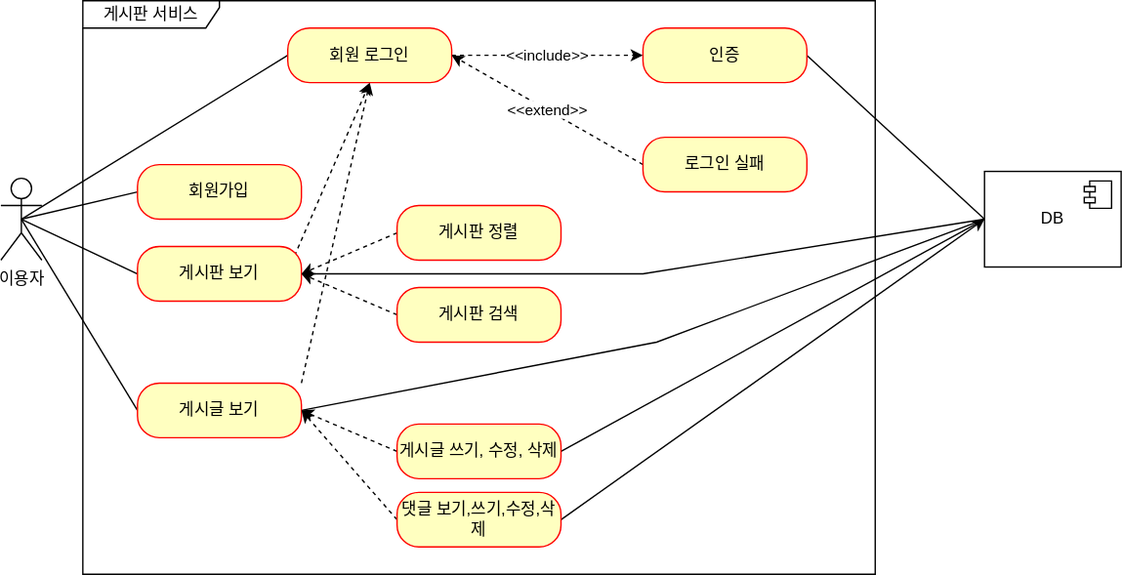
Above: document/use-case.svg in jsh9057/board-project (draw.io), before the change. Source tidied: cells renumbered, new cells last; positions are measured from the earlier drawing's top-left corner, leaving out a move shared by most shapes.
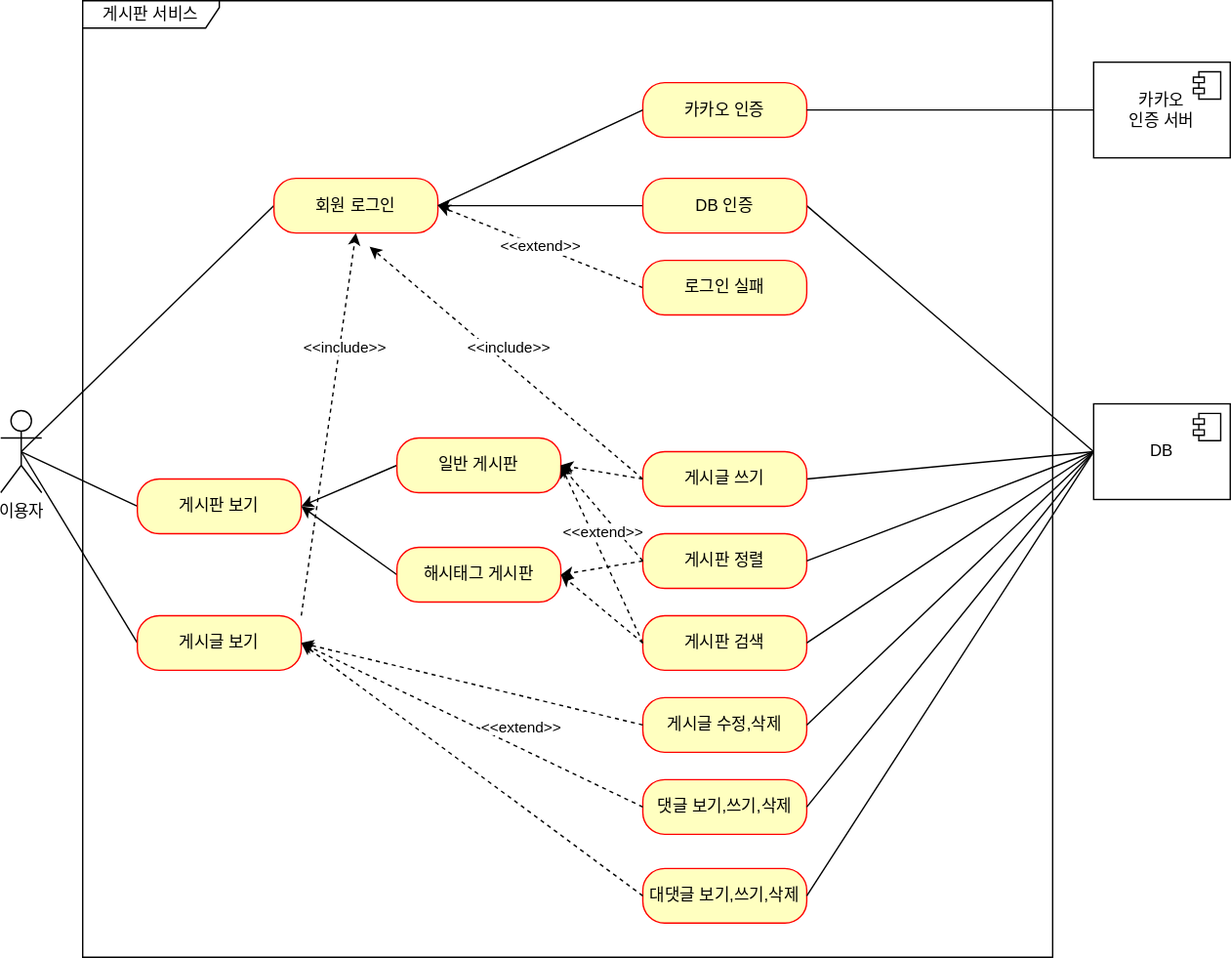
Later version of the same file.

Commit message:
#48 - use-case.svg 카카오 인증 유즈 케이스 추가 (대댓글 미리 표현하였음)

What changed in the source:
```diff
@@ -6,27 +6,11 @@
       <mxGeometry y="130" width="30" height="60" as="geometry" />
     </mxCell>
     <mxCell id="3" value="게시판 서비스" style="shape=umlFrame;whiteSpace=wrap;html=1;width=100;height=20;" parent="1" vertex="1">
-      <mxGeometry x="60" width="580" height="420" as="geometry" />
+      <mxGeometry x="60" y="-170" width="710" height="700" as="geometry" />
     </mxCell>
-    <mxCell id="4" style="rounded=0;jettySize=auto;html=1;exitX=0;exitY=0.5;exitDx=0;exitDy=0;entryX=0.5;entryY=0.5;entryDx=0;entryDy=0;entryPerimeter=0;endArrow=none;endFill=0;" parent="1" edge="1" source="5" target="2">
-      <mxGeometry relative="1" as="geometry" />
-    </mxCell>
-    <mxCell id="5" value="회원가입" style="rounded=1;whiteSpace=wrap;html=1;arcSize=40;fontColor=#000000;fillColor=#ffffc0;strokeColor=#ff0000;" parent="1" vertex="1">
-      <mxGeometry x="100" y="120" width="120" height="40" as="geometry" />
-    </mxCell>
     <mxCell id="6" style="rounded=0;jettySize=auto;html=1;exitX=0;exitY=0.5;exitDx=0;exitDy=0;strokeColor=default;endArrow=none;endFill=0;entryX=0.5;entryY=0.5;entryDx=0;entryDy=0;entryPerimeter=0;" parent="1" edge="1" source="9" target="2">
       <mxGeometry relative="1" as="geometry" />
     </mxCell>
-    <mxCell id="7" style="rounded=0;jettySize=auto;html=1;exitX=0.958;exitY=0.171;exitDx=0;exitDy=0;entryX=0.5;entryY=1;entryDx=0;entryDy=0;dashed=1;exitPerimeter=0;" parent="1" edge="1" source="9" target="16">
-      <mxGeometry relative="1" as="geometry" />
-    </mxCell>
-    <mxCell id="8" style="rounded=0;jettySize=auto;html=1;exitX=1;exitY=0.5;exitDx=0;exitDy=0;entryX=0;entryY=0.5;entryDx=0;entryDy=0;endArrow=none;endFill=0;" parent="1" edge="1" source="9" target="31">
-      <mxGeometry relative="1" as="geometry">
-        <Array as="points">
-          <mxPoint x="470" y="200" />
-        </Array>
-      </mxGeometry>
-    </mxCell>
     <mxCell id="9" value="게시판 보기" style="rounded=1;whiteSpace=wrap;html=1;arcSize=40;fontColor=#000000;fillColor=#ffffc0;strokeColor=#ff0000;" parent="1" vertex="1">
       <mxGeometry x="100" y="180" width="120" height="40" as="geometry" />
     </mxCell>
@@ -36,76 +20,145 @@
     <mxCell id="11" style="rounded=0;jettySize=auto;html=1;exitX=1;exitY=0;exitDx=0;exitDy=0;dashed=1;entryX=0.5;entryY=1;entryDx=0;entryDy=0;" parent="1" edge="1" source="13" target="16">
       <mxGeometry relative="1" as="geometry" />
     </mxCell>
-    <mxCell id="12" style="rounded=0;jettySize=auto;html=1;exitX=1;exitY=0.5;exitDx=0;exitDy=0;entryX=0;entryY=0.5;entryDx=0;entryDy=0;endArrow=none;endFill=0;" parent="1" edge="1" source="13" target="31">
-      <mxGeometry relative="1" as="geometry">
-        <Array as="points">
-          <mxPoint x="480" y="250" />
-        </Array>
-      </mxGeometry>
-    </mxCell>
     <mxCell id="13" value="게시글 보기" style="rounded=1;whiteSpace=wrap;html=1;arcSize=40;fontColor=#000000;fillColor=#ffffc0;strokeColor=#ff0000;" parent="1" vertex="1">
       <mxGeometry x="100" y="280" width="120" height="40" as="geometry" />
     </mxCell>
     <mxCell id="14" style="rounded=0;jettySize=auto;html=1;exitX=0;exitY=0.5;exitDx=0;exitDy=0;entryX=0.5;entryY=0.5;entryDx=0;entryDy=0;entryPerimeter=0;endArrow=none;endFill=0;" parent="1" edge="1" source="16" target="2">
       <mxGeometry relative="1" as="geometry" />
     </mxCell>
-    <mxCell id="15" value="&amp;lt;&amp;lt;include&amp;gt;&amp;gt;" style="rounded=0;jettySize=auto;html=1;exitX=1;exitY=0.5;exitDx=0;exitDy=0;entryX=0;entryY=0.5;entryDx=0;entryDy=0;endArrow=classic;endFill=1;dashed=1;" parent="1" edge="1" source="16" target="18">
+    <mxCell id="15" style="rounded=0;jettySize=auto;html=1;exitX=1;exitY=0.5;exitDx=0;exitDy=0;entryX=0;entryY=0.5;entryDx=0;entryDy=0;endArrow=none;endFill=0;startArrow=classic;startFill=1;" parent="1" edge="1" source="16" target="18">
       <mxGeometry relative="1" as="geometry" />
     </mxCell>
     <mxCell id="16" value="회원 로그인" style="rounded=1;whiteSpace=wrap;html=1;arcSize=40;fontColor=#000000;fillColor=#ffffc0;strokeColor=#ff0000;" parent="1" vertex="1">
-      <mxGeometry x="210" y="20" width="120" height="40" as="geometry" />
+      <mxGeometry x="200" y="-40" width="120" height="40" as="geometry" />
     </mxCell>
     <mxCell id="17" style="rounded=0;jettySize=auto;html=1;exitX=1;exitY=0.5;exitDx=0;exitDy=0;entryX=0;entryY=0.5;entryDx=0;entryDy=0;endArrow=none;endFill=0;" parent="1" edge="1" source="18" target="31">
       <mxGeometry relative="1" as="geometry" />
     </mxCell>
-    <mxCell id="18" value="인증" style="rounded=1;whiteSpace=wrap;html=1;arcSize=40;fontColor=#000000;fillColor=#ffffc0;strokeColor=#ff0000;" parent="1" vertex="1">
-      <mxGeometry x="470" y="20" width="120" height="40" as="geometry" />
+    <mxCell id="18" value="DB 인증" style="rounded=1;whiteSpace=wrap;html=1;arcSize=40;fontColor=#000000;fillColor=#ffffc0;strokeColor=#ff0000;" parent="1" vertex="1">
+      <mxGeometry x="470" y="-40" width="120" height="40" as="geometry" />
     </mxCell>
     <mxCell id="19" value="&amp;lt;&amp;lt;extend&amp;gt;&amp;gt;" style="rounded=0;jettySize=auto;html=1;exitX=0;exitY=0.5;exitDx=0;exitDy=0;entryX=1;entryY=0.5;entryDx=0;entryDy=0;endArrow=classic;endFill=1;dashed=1;" parent="1" edge="1" source="20" target="16">
       <mxGeometry relative="1" as="geometry" />
     </mxCell>
     <mxCell id="20" value="로그인 실패" style="rounded=1;whiteSpace=wrap;html=1;arcSize=40;fontColor=#000000;fillColor=#ffffc0;strokeColor=#ff0000;" parent="1" vertex="1">
-      <mxGeometry x="470" y="100" width="120" height="40" as="geometry" />
+      <mxGeometry x="470" y="20" width="120" height="40" as="geometry" />
     </mxCell>
-    <mxCell id="21" style="rounded=0;jettySize=auto;html=1;exitX=0;exitY=0.5;exitDx=0;exitDy=0;dashed=1;entryX=1;entryY=0.5;entryDx=0;entryDy=0;" parent="1" edge="1" source="22" target="9">
+    <mxCell id="21" style="rounded=0;jettySize=auto;html=1;exitX=0;exitY=0.5;exitDx=0;exitDy=0;entryX=1;entryY=0.5;entryDx=0;entryDy=0;" parent="1" edge="1" source="22" target="9">
       <mxGeometry relative="1" as="geometry" />
     </mxCell>
-    <mxCell id="22" value="게시판 정렬" style="rounded=1;whiteSpace=wrap;html=1;arcSize=40;fontColor=#000000;fillColor=#ffffc0;strokeColor=#ff0000;" parent="1" vertex="1">
+    <mxCell id="22" value="일반 게시판" style="rounded=1;whiteSpace=wrap;html=1;arcSize=40;fontColor=#000000;fillColor=#ffffc0;strokeColor=#ff0000;" parent="1" vertex="1">
       <mxGeometry x="290" y="150" width="120" height="40" as="geometry" />
     </mxCell>
-    <mxCell id="23" style="rounded=0;jettySize=auto;html=1;exitX=0;exitY=0.5;exitDx=0;exitDy=0;entryX=1;entryY=0.5;entryDx=0;entryDy=0;startArrow=none;startFill=0;dashed=1;" parent="1" edge="1" source="24" target="9">
+    <mxCell id="23" style="rounded=0;jettySize=auto;html=1;exitX=0;exitY=0.5;exitDx=0;exitDy=0;entryX=1;entryY=0.5;entryDx=0;entryDy=0;startArrow=none;startFill=0;" parent="1" edge="1" source="24" target="9">
       <mxGeometry relative="1" as="geometry" />
     </mxCell>
-    <mxCell id="24" value="게시판 검색" style="rounded=1;whiteSpace=wrap;html=1;arcSize=40;fontColor=#000000;fillColor=#ffffc0;strokeColor=#ff0000;" parent="1" vertex="1">
-      <mxGeometry x="290" y="210" width="120" height="40" as="geometry" />
+    <mxCell id="24" value="해시태그 게시판" style="rounded=1;whiteSpace=wrap;html=1;arcSize=40;fontColor=#000000;fillColor=#ffffc0;strokeColor=#ff0000;" parent="1" vertex="1">
+      <mxGeometry x="290" y="230" width="120" height="40" as="geometry" />
     </mxCell>
-    <mxCell id="25" style="rounded=0;jettySize=auto;html=1;exitX=0;exitY=0.5;exitDx=0;exitDy=0;entryX=1;entryY=0.5;entryDx=0;entryDy=0;dashed=1;" parent="1" edge="1" source="27" target="13">
+    <mxCell id="25" style="rounded=0;jettySize=auto;html=1;exitX=0;exitY=0.5;exitDx=0;exitDy=0;entryX=1;entryY=0.5;entryDx=0;entryDy=0;dashed=1;" parent="1" edge="1" source="27" target="22">
       <mxGeometry relative="1" as="geometry" />
     </mxCell>
     <mxCell id="26" style="rounded=0;jettySize=auto;html=1;exitX=1;exitY=0.5;exitDx=0;exitDy=0;entryX=0;entryY=0.5;entryDx=0;entryDy=0;strokeColor=default;endArrow=none;endFill=0;" parent="1" edge="1" source="27" target="31">
       <mxGeometry relative="1" as="geometry" />
     </mxCell>
-    <mxCell id="27" value="게시글 쓰기, 수정, 삭제" style="rounded=1;whiteSpace=wrap;html=1;arcSize=40;fontColor=#000000;fillColor=#ffffc0;strokeColor=#ff0000;" parent="1" vertex="1">
-      <mxGeometry x="290" y="310" width="120" height="40" as="geometry" />
+    <mxCell id="27" value="게시글 쓰기" style="rounded=1;whiteSpace=wrap;html=1;arcSize=40;fontColor=#000000;fillColor=#ffffc0;strokeColor=#ff0000;" parent="1" vertex="1">
+      <mxGeometry x="470" y="160" width="120" height="40" as="geometry" />
     </mxCell>
-    <mxCell id="28" style="rounded=0;jettySize=auto;html=1;exitX=0;exitY=0.5;exitDx=0;exitDy=0;dashed=1;" parent="1" edge="1" source="30">
-      <mxGeometry relative="1" as="geometry">
-        <mxPoint x="220" y="300" as="targetPoint" />
-      </mxGeometry>
-    </mxCell>
-    <mxCell id="29" style="rounded=0;jettySize=auto;html=1;exitX=1;exitY=0.5;exitDx=0;exitDy=0;entryX=0;entryY=0.5;entryDx=0;entryDy=0;endArrow=classic;endFill=1;" parent="1" edge="1" source="30" target="31">
-      <mxGeometry relative="1" as="geometry" />
-    </mxCell>
-    <mxCell id="30" value="댓글 보기,쓰기,수정,삭제" style="rounded=1;whiteSpace=wrap;html=1;arcSize=40;fontColor=#000000;fillColor=#ffffc0;strokeColor=#ff0000;" parent="1" vertex="1">
-      <mxGeometry x="290" y="360" width="120" height="40" as="geometry" />
+    <mxCell id="30" value="게시판 정렬" style="rounded=1;whiteSpace=wrap;html=1;arcSize=40;fontColor=#000000;fillColor=#ffffc0;strokeColor=#ff0000;" parent="1" vertex="1">
+      <mxGeometry x="470" y="220" width="120" height="40" as="geometry" />
     </mxCell>
     <mxCell id="31" value="DB" style="html=1;whiteSpace=wrap;" parent="1" vertex="1">
-      <mxGeometry x="720" y="125" width="100" height="70" as="geometry" />
+      <mxGeometry x="800" y="125" width="100" height="70" as="geometry" />
     </mxCell>
     <mxCell id="32" style="shape=module;jettyWidth=8;jettyHeight=4;" parent="31" vertex="1">
       <mxGeometry x="1" width="20" height="20" relative="1" as="geometry">
         <mxPoint x="-27" y="7" as="offset" />
       </mxGeometry>
     </mxCell>
+    <mxCell id="33" value="게시판 검색" style="rounded=1;whiteSpace=wrap;html=1;arcSize=40;fontColor=#000000;fillColor=#ffffc0;strokeColor=#ff0000;" parent="1" vertex="1">
+      <mxGeometry x="470" y="280" width="120" height="40" as="geometry" />
+    </mxCell>
+    <mxCell id="34" style="rounded=0;jettySize=auto;html=1;exitX=0;exitY=0.5;exitDx=0;exitDy=0;entryX=1;entryY=0.5;entryDx=0;entryDy=0;dashed=1;" parent="1" edge="1" source="30" target="22">
+      <mxGeometry relative="1" as="geometry" />
+    </mxCell>
+    <mxCell id="35" style="rounded=0;jettySize=auto;html=1;exitX=0;exitY=0.5;exitDx=0;exitDy=0;entryX=1;entryY=0.5;entryDx=0;entryDy=0;dashed=1;" parent="1" edge="1" source="33" target="22">
+      <mxGeometry relative="1" as="geometry" />
+    </mxCell>
+    <mxCell id="36" style="rounded=0;jettySize=auto;html=1;exitX=0;exitY=0.5;exitDx=0;exitDy=0;entryX=1;entryY=0.5;entryDx=0;entryDy=0;dashed=1;" parent="1" edge="1" source="30" target="24">
+      <mxGeometry relative="1" as="geometry" />
+    </mxCell>
+    <mxCell id="37" style="rounded=0;jettySize=auto;html=1;exitX=0;exitY=0.5;exitDx=0;exitDy=0;dashed=1;" parent="1" edge="1" source="33">
+      <mxGeometry relative="1" as="geometry">
+        <mxPoint x="410" y="250" as="targetPoint" />
+      </mxGeometry>
+    </mxCell>
+    <mxCell id="38" value="게시글 수정,삭제" style="rounded=1;whiteSpace=wrap;html=1;arcSize=40;fontColor=#000000;fillColor=#ffffc0;strokeColor=#ff0000;" parent="1" vertex="1">
+      <mxGeometry x="470" y="340" width="120" height="40" as="geometry" />
+    </mxCell>
+    <mxCell id="39" value="댓글 보기,쓰기,삭제" style="rounded=1;whiteSpace=wrap;html=1;arcSize=40;fontColor=#000000;fillColor=#ffffc0;strokeColor=#ff0000;" parent="1" vertex="1">
+      <mxGeometry x="470" y="400" width="120" height="40" as="geometry" />
+    </mxCell>
+    <mxCell id="40" value="대댓글 보기,쓰기,삭제" style="rounded=1;whiteSpace=wrap;html=1;arcSize=40;fontColor=#000000;fillColor=#ffffc0;strokeColor=#ff0000;" parent="1" vertex="1">
+      <mxGeometry x="470" y="465" width="120" height="40" as="geometry" />
+    </mxCell>
+    <mxCell id="41" style="rounded=0;jettySize=auto;html=1;exitX=0;exitY=0.5;exitDx=0;exitDy=0;entryX=1;entryY=0.5;entryDx=0;entryDy=0;dashed=1;" parent="1" edge="1" source="38" target="13">
+      <mxGeometry relative="1" as="geometry" />
+    </mxCell>
+    <mxCell id="42" style="rounded=0;jettySize=auto;html=1;exitX=0;exitY=0.5;exitDx=0;exitDy=0;entryX=1;entryY=0.5;entryDx=0;entryDy=0;dashed=1;" parent="1" edge="1" source="39" target="13">
+      <mxGeometry relative="1" as="geometry" />
+    </mxCell>
+    <mxCell id="43" style="rounded=0;jettySize=auto;html=1;exitX=0;exitY=0.5;exitDx=0;exitDy=0;entryX=1;entryY=0.5;entryDx=0;entryDy=0;dashed=1;" parent="1" edge="1" source="40" target="13">
+      <mxGeometry relative="1" as="geometry" />
+    </mxCell>
+    <mxCell id="29" style="rounded=0;jettySize=auto;html=1;exitX=1;exitY=0.5;exitDx=0;exitDy=0;entryX=0;entryY=0.5;entryDx=0;entryDy=0;strokeColor=default;endArrow=none;endFill=0;" parent="1" edge="1" source="30" target="31">
+      <mxGeometry relative="1" as="geometry" />
+    </mxCell>
+    <mxCell id="44" style="rounded=0;jettySize=auto;html=1;exitX=1;exitY=0.5;exitDx=0;exitDy=0;entryX=0;entryY=0.5;entryDx=0;entryDy=0;strokeColor=default;endArrow=none;endFill=0;" parent="1" edge="1" source="33" target="31">
+      <mxGeometry relative="1" as="geometry" />
+    </mxCell>
+    <mxCell id="45" style="rounded=0;jettySize=auto;html=1;exitX=1;exitY=0.5;exitDx=0;exitDy=0;entryX=0;entryY=0.5;entryDx=0;entryDy=0;strokeColor=default;endArrow=none;endFill=0;" parent="1" edge="1" source="38" target="31">
+      <mxGeometry relative="1" as="geometry" />
+    </mxCell>
+    <mxCell id="46" style="rounded=0;jettySize=auto;html=1;exitX=1;exitY=0.5;exitDx=0;exitDy=0;entryX=0;entryY=0.5;entryDx=0;entryDy=0;strokeColor=default;endArrow=none;endFill=0;" parent="1" edge="1" source="39" target="31">
+      <mxGeometry relative="1" as="geometry" />
+    </mxCell>
+    <mxCell id="47" style="rounded=0;jettySize=auto;html=1;exitX=1;exitY=0.5;exitDx=0;exitDy=0;entryX=0;entryY=0.5;entryDx=0;entryDy=0;strokeColor=default;endArrow=none;endFill=0;" parent="1" edge="1" source="40" target="31">
+      <mxGeometry relative="1" as="geometry" />
+    </mxCell>
+    <mxCell id="48" value="&lt;span style=&quot;color: rgb(0, 0, 0); font-family: Helvetica; font-size: 11px; font-style: normal; font-variant-ligatures: normal; font-variant-caps: normal; font-weight: 400; letter-spacing: normal; orphans: 2; text-align: center; text-indent: 0px; text-transform: none; widows: 2; word-spacing: 0px; -webkit-text-stroke-width: 0px; background-color: rgb(255, 255, 255); text-decoration-thickness: initial; text-decoration-style: initial; text-decoration-color: initial; float: none; display: inline !important;&quot;&gt;&amp;lt;&amp;lt;extend&amp;gt;&amp;gt;&lt;/span&gt;" style="text;whiteSpace=wrap;html=1;" parent="1" vertex="1">
+      <mxGeometry x="410" y="205" width="60" height="25" as="geometry" />
+    </mxCell>
+    <mxCell id="49" value="&lt;span style=&quot;color: rgb(0, 0, 0); font-family: Helvetica; font-size: 11px; font-style: normal; font-variant-ligatures: normal; font-variant-caps: normal; font-weight: 400; letter-spacing: normal; orphans: 2; text-align: center; text-indent: 0px; text-transform: none; widows: 2; word-spacing: 0px; -webkit-text-stroke-width: 0px; background-color: rgb(255, 255, 255); text-decoration-thickness: initial; text-decoration-style: initial; text-decoration-color: initial; float: none; display: inline !important;&quot;&gt;&amp;lt;&amp;lt;extend&amp;gt;&amp;gt;&lt;/span&gt;" style="text;whiteSpace=wrap;html=1;" parent="1" vertex="1">
+      <mxGeometry x="350" y="347.5" width="60" height="25" as="geometry" />
+    </mxCell>
+    <mxCell id="50" value="&lt;span style=&quot;color: rgb(0, 0, 0); font-family: Helvetica; font-size: 11px; font-style: normal; font-variant-ligatures: normal; font-variant-caps: normal; font-weight: 400; letter-spacing: normal; orphans: 2; text-align: center; text-indent: 0px; text-transform: none; widows: 2; word-spacing: 0px; -webkit-text-stroke-width: 0px; background-color: rgb(255, 255, 255); text-decoration-thickness: initial; text-decoration-style: initial; text-decoration-color: initial; float: none; display: inline !important;&quot;&gt;&amp;lt;&amp;lt;include&amp;gt;&amp;gt;&lt;/span&gt;" style="text;whiteSpace=wrap;html=1;" parent="1" vertex="1">
+      <mxGeometry x="220" y="70" width="70" height="20" as="geometry" />
+    </mxCell>
+    <mxCell id="51" style="rounded=0;jettySize=auto;html=1;exitX=0;exitY=0.5;exitDx=0;exitDy=0;dashed=1;entryX=0.5;entryY=1;entryDx=0;entryDy=0;" parent="1" edge="1" source="27">
+      <mxGeometry relative="1" as="geometry">
+        <mxPoint x="270" y="10" as="targetPoint" />
+      </mxGeometry>
+    </mxCell>
+    <mxCell id="52" value="&lt;span style=&quot;color: rgb(0, 0, 0); font-family: Helvetica; font-size: 11px; font-style: normal; font-variant-ligatures: normal; font-variant-caps: normal; font-weight: 400; letter-spacing: normal; orphans: 2; text-align: center; text-indent: 0px; text-transform: none; widows: 2; word-spacing: 0px; -webkit-text-stroke-width: 0px; background-color: rgb(255, 255, 255); text-decoration-thickness: initial; text-decoration-style: initial; text-decoration-color: initial; float: none; display: inline !important;&quot;&gt;&amp;lt;&amp;lt;include&amp;gt;&amp;gt;&lt;/span&gt;" style="text;whiteSpace=wrap;html=1;" parent="1" vertex="1">
+      <mxGeometry x="340" y="70" width="70" height="20" as="geometry" />
+    </mxCell>
+    <mxCell id="53" value="카카오 인증" style="rounded=1;whiteSpace=wrap;html=1;arcSize=40;fontColor=#000000;fillColor=#ffffc0;strokeColor=#ff0000;" parent="1" vertex="1">
+      <mxGeometry x="470" y="-110" width="120" height="40" as="geometry" />
+    </mxCell>
+    <mxCell id="54" value="카카오&lt;br&gt;인증 서버" style="html=1;whiteSpace=wrap;" parent="1" vertex="1">
+      <mxGeometry x="800" y="-125" width="100" height="70" as="geometry" />
+    </mxCell>
+    <mxCell id="55" style="shape=module;jettyWidth=8;jettyHeight=4;" parent="54" vertex="1">
+      <mxGeometry x="1" width="20" height="20" relative="1" as="geometry">
+        <mxPoint x="-27" y="7" as="offset" />
+      </mxGeometry>
+    </mxCell>
+    <mxCell id="56" style="rounded=0;jettySize=auto;html=1;entryX=0;entryY=0.5;entryDx=0;entryDy=0;endArrow=none;endFill=0;exitX=1;exitY=0.5;exitDx=0;exitDy=0;" parent="1" edge="1" source="53" target="54">
+      <mxGeometry relative="1" as="geometry" />
+    </mxCell>
+    <mxCell id="57" style="rounded=0;jettySize=auto;html=1;entryX=1;entryY=0.5;entryDx=0;entryDy=0;endArrow=none;endFill=0;exitX=0;exitY=0.5;exitDx=0;exitDy=0;" parent="1" edge="1" source="53" target="16">
+      <mxGeometry relative="1" as="geometry" />
+    </mxCell>
   </root>
 </mxGraphModel>
```
